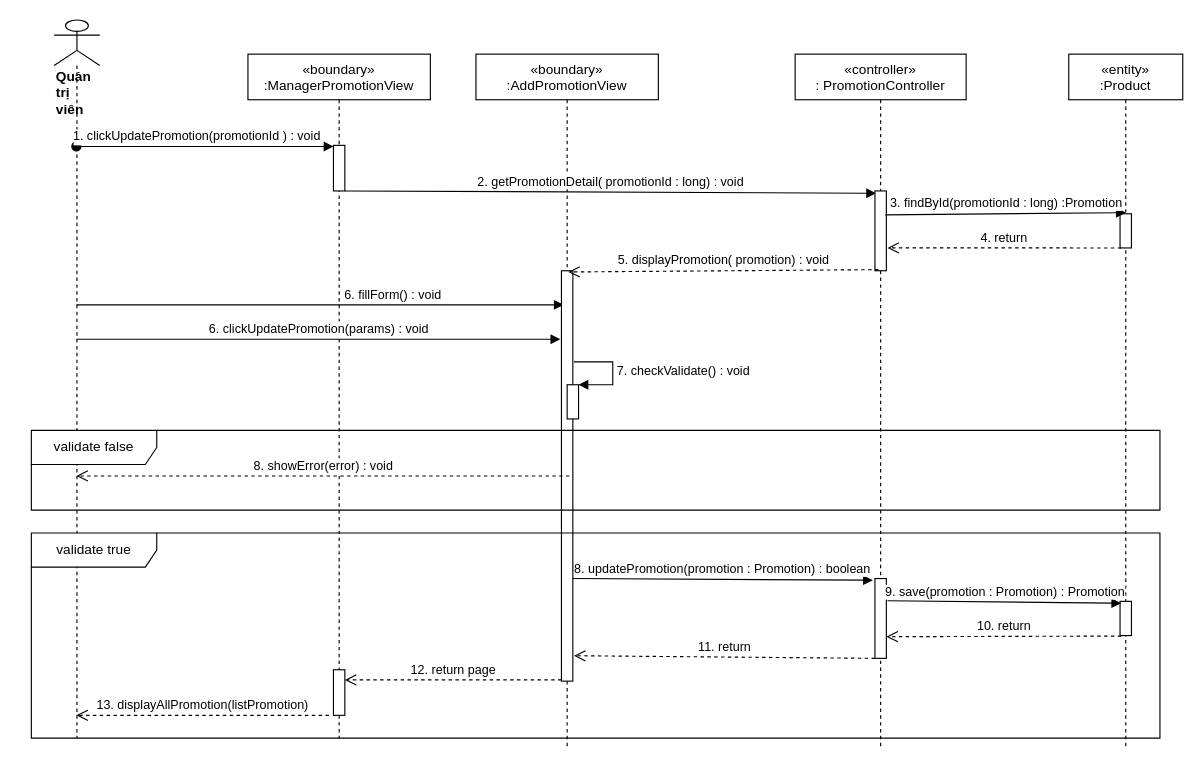
nguyenphamvan/datn_20202 keeps this draw.io diagram as sequence diagram/update-promotion-manager-sequence (1).drawio. Above is the earlier version. Source tidied: cells renumbered, new cells numbered last; positions are measured from the earlier drawing's top-left corner, leaving out a move shared by most shapes. Both pictures are drawn from the tidied source at 114%, with x=0, y=0 at pixel (31, 19).
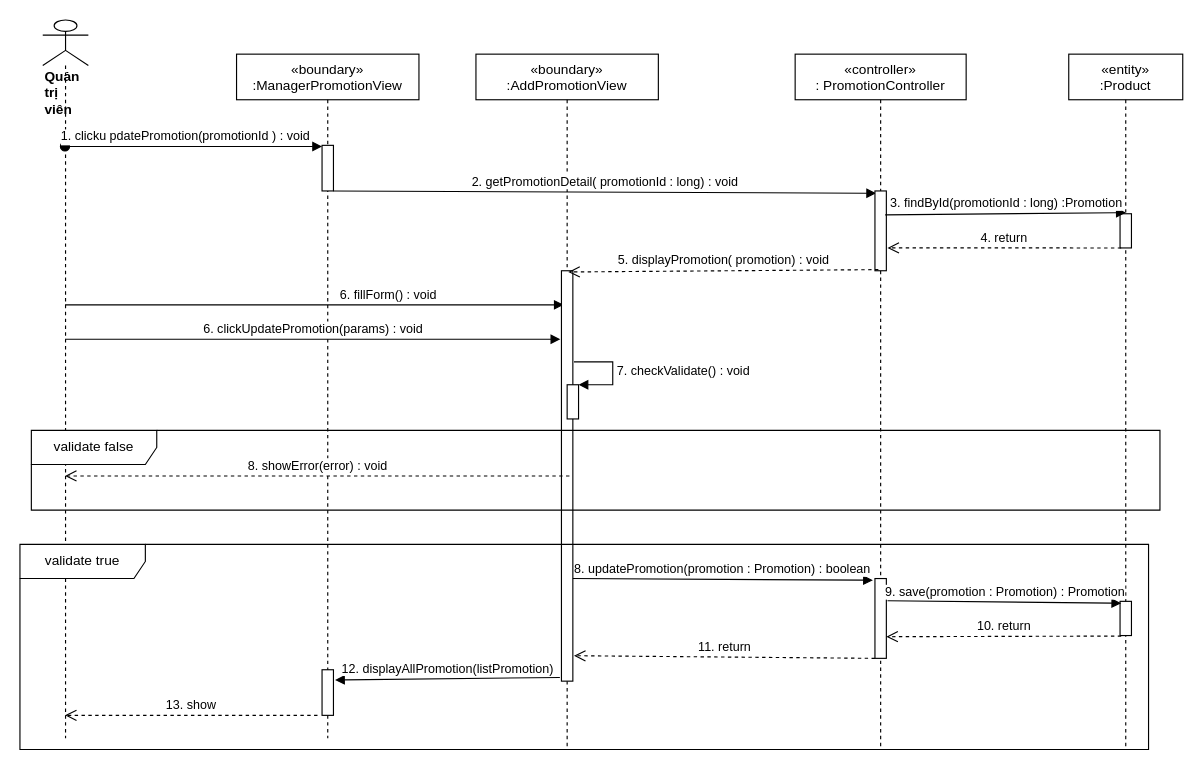
After the change.

Unchanged cells that the change refers to:
```xml
<mxCell id="15" style="html=1;points=[];perimeter=orthogonalPerimeter;" parent="1" vertex="1">
  <mxGeometry x="465" y="220" width="10" height="360" as="geometry" />
</mxCell>
```

Change to the diagram source:
```diff
@@
     <mxCell id="5" value="&lt;div&gt;&lt;b&gt;Quản trị viên&lt;/b&gt;&lt;/div&gt;" style="shape=umlLifeline;participant=umlActor;perimeter=lifelinePerimeter;whiteSpace=wrap;html=1;verticalAlign=top;spacingTop=36;outlineConnect=0;align=left;size=40;" parent="1" vertex="1">
-      <mxGeometry x="20" width="40" height="630" as="geometry" />
+      <mxGeometry x="10" width="40" height="630" as="geometry" />
     </mxCell>
-    <mxCell id="6" value="1. clickUpdatePromotion(promotionId ) : void" style="verticalAlign=bottom;startArrow=oval;endArrow=block;startSize=8;shadow=0;strokeWidth=1;entryX=0;entryY=0.025;entryDx=0;entryDy=0;entryPerimeter=0;" parent="1" edge="1" source="5" target="14">
+    <mxCell id="6" value="1. clicku pdatePromotion(promotionId ) : void" style="verticalAlign=bottom;startArrow=oval;endArrow=block;startSize=8;shadow=0;strokeWidth=1;entryX=0;entryY=0.025;entryDx=0;entryDy=0;entryPerimeter=0;" parent="1" edge="1" source="5" target="14">
       <mxGeometry x="-0.06" relative="1" as="geometry" />
     </mxCell>
@@
     <mxCell id="13" value="«boundary»&#10;:ManagerPromotionView" style="shape=umlLifeline;perimeter=lifelinePerimeter;rounded=0;shadow=0;strokeWidth=1;" parent="1" vertex="1">
-      <mxGeometry x="190" y="30" width="160" height="600" as="geometry" />
+      <mxGeometry x="180" y="30" width="160" height="600" as="geometry" />
     </mxCell>
     <mxCell id="14" style="html=1;points=[];perimeter=orthogonalPerimeter;" parent="1" vertex="1">
-      <mxGeometry x="265" y="110" width="10" height="40" as="geometry" />
+      <mxGeometry x="255" y="110" width="10" height="40" as="geometry" />
     </mxCell>
@@
-    <mxCell id="21" value="12. return page" style="html=1;verticalAlign=bottom;endArrow=open;dashed=1;endSize=8;exitX=0;exitY=0.997;exitDx=0;exitDy=0;exitPerimeter=0;" parent="1" edge="1" source="15" target="22">
-      <mxGeometry relative="1" as="geometry" />
-    </mxCell>
     <mxCell id="22" style="html=1;points=[];perimeter=orthogonalPerimeter;" parent="1" vertex="1">
-      <mxGeometry x="265" y="570" width="10" height="40" as="geometry" />
+      <mxGeometry x="255" y="570" width="10" height="40" as="geometry" />
     </mxCell>
-    <mxCell id="23" value="&lt;span style=&quot;color: rgb(0 , 0 , 0) ; font-family: &amp;#34;helvetica&amp;#34; ; font-size: 11px ; font-style: normal ; font-weight: 400 ; letter-spacing: normal ; text-align: center ; text-indent: 0px ; text-transform: none ; word-spacing: 0px ; background-color: rgb(255 , 255 , 255) ; display: inline ; float: none&quot;&gt;13. displayAllPromotion(listPromotion)&lt;/span&gt;" style="html=1;verticalAlign=bottom;endArrow=open;dashed=1;endSize=8;exitX=-0.4;exitY=1;exitDx=0;exitDy=0;exitPerimeter=0;" parent="1" edge="1" source="22" target="5">
+    <mxCell id="23" value="&lt;font face=&quot;helvetica&quot;&gt;13. show&lt;/font&gt;" style="html=1;verticalAlign=bottom;endArrow=open;dashed=1;endSize=8;exitX=-0.4;exitY=1;exitDx=0;exitDy=0;exitPerimeter=0;" parent="1" edge="1" source="22" target="5">
       <mxGeometry relative="1" as="geometry" />
     </mxCell>
@@
     <mxCell id="31" value="validate true" style="shape=umlFrame;whiteSpace=wrap;html=1;width=110;height=30;" parent="1" vertex="1">
-      <mxGeometry y="450" width="990" height="180" as="geometry" />
+      <mxGeometry x="-10" y="460" width="990" height="180" as="geometry" />
     </mxCell>
+    <mxCell id="21" value="&lt;span style=&quot;font-family: &amp;#34;helvetica&amp;#34;&quot;&gt;12. displayAllPromotion(listPromotion)&lt;/span&gt;" style="html=1;verticalAlign=bottom;endArrow=block;exitX=-0.14;exitY=0.991;exitDx=0;exitDy=0;exitPerimeter=0;entryX=1.14;entryY=0.225;entryDx=0;entryDy=0;entryPerimeter=0;" parent="1" edge="1" source="15" target="22">
+      <mxGeometry relative="1" as="geometry" />
+    </mxCell>
```
